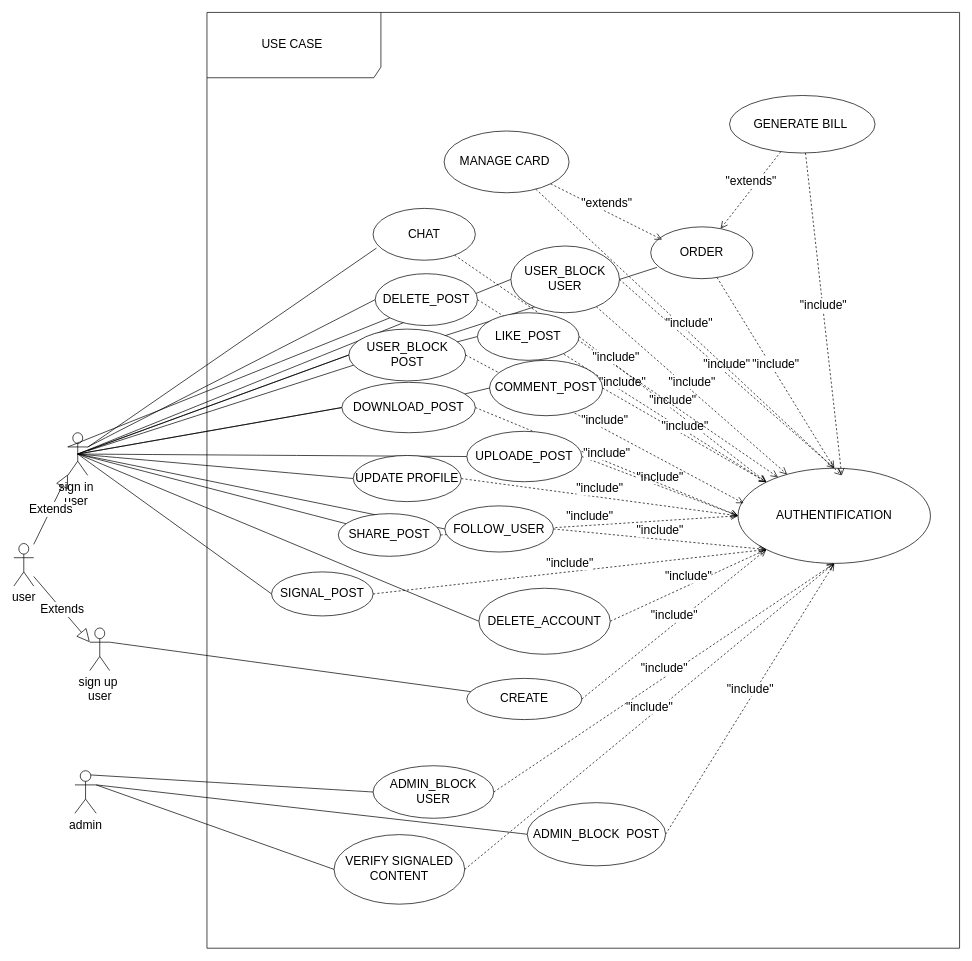
Before: page "use case" (4 of 4) of TIkShopDataBase.drawio in Bryann-coder/FlashShop, a draw.io diagram. Source tidied: cells renumbered, new cells numbered last; positions are measured from the earlier drawing's top-left corner, leaving out a move shared by most shapes. Both pictures are drawn from the tidied source at 71%, with x=0, y=0 at pixel (13, 12).
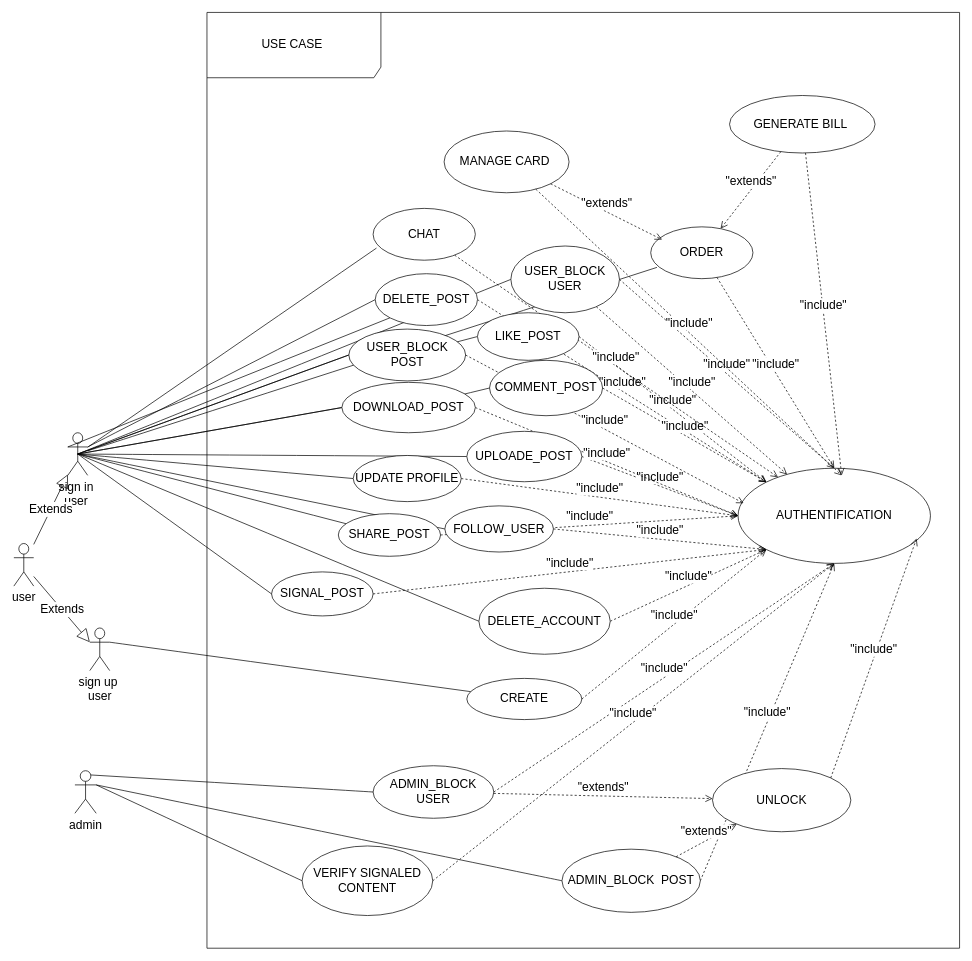
The same page after the edit.

Unchanged cells that the change refers to:
```xml
<mxCell id="6" value="AUTHENTIFICATION" style="ellipse;whiteSpace=wrap;html=1;fontSize=17;" parent="1" vertex="1">
  <mxGeometry x="1020" y="642" width="271" height="134" as="geometry" />
</mxCell>
<mxCell id="57" value="ADMIN_BLOCK USER" style="ellipse;whiteSpace=wrap;html=1;fontSize=17;" parent="1" vertex="1">
  <mxGeometry x="506" y="1061" width="170" height="74" as="geometry" />
</mxCell>
```

The edit, as a diff of the source:
```diff
@@
     <mxCell id="8" value="VERIFY SIGNALED&lt;div style=&quot;font-size: 17px;&quot;&gt;CONTENT&lt;/div&gt;" style="ellipse;whiteSpace=wrap;html=1;fontSize=17;" parent="1" vertex="1">
-      <mxGeometry x="451" y="1158" width="184" height="98" as="geometry" />
+      <mxGeometry x="406" y="1174" width="184" height="98" as="geometry" />
     </mxCell>
@@
     <mxCell id="58" value="ADMIN_BLOCK&amp;nbsp; POST" style="ellipse;whiteSpace=wrap;html=1;fontSize=17;" parent="1" vertex="1">
-      <mxGeometry x="723.1" y="1113" width="194.9" height="89" as="geometry" />
+      <mxGeometry x="772" y="1178.5" width="194.9" height="89" as="geometry" />
     </mxCell>
@@
+    <mxCell id="74" value="UNLOCK" style="ellipse;whiteSpace=wrap;html=1;fontSize=17;" parent="1" vertex="1">
+      <mxGeometry x="984" y="1065" width="194.9" height="89" as="geometry" />
+    </mxCell>
+    <mxCell id="75" value="&quot;extends&quot;" style="html=1;verticalAlign=bottom;endArrow=open;dashed=1;endSize=8;curved=0;rounded=0;fontSize=17;" parent="1" edge="1" source="57" target="74">
+      <mxGeometry relative="1" as="geometry" />
+    </mxCell>
+    <mxCell id="76" value="&quot;extends&quot;" style="html=1;verticalAlign=bottom;endArrow=open;dashed=1;endSize=8;curved=0;rounded=0;fontSize=17;" parent="1" edge="1" source="58" target="74">
+      <mxGeometry relative="1" as="geometry" />
+    </mxCell>
+    <mxCell id="77" value="&quot;include&quot;" style="html=1;verticalAlign=bottom;endArrow=open;dashed=1;endSize=8;curved=0;rounded=0;fontSize=17;entryX=0.928;entryY=0.739;entryDx=0;entryDy=0;exitX=1;exitY=0;exitDx=0;exitDy=0;entryPerimeter=0;" parent="1" edge="1" source="74" target="6">
+      <mxGeometry relative="1" as="geometry" />
+    </mxCell>
```
